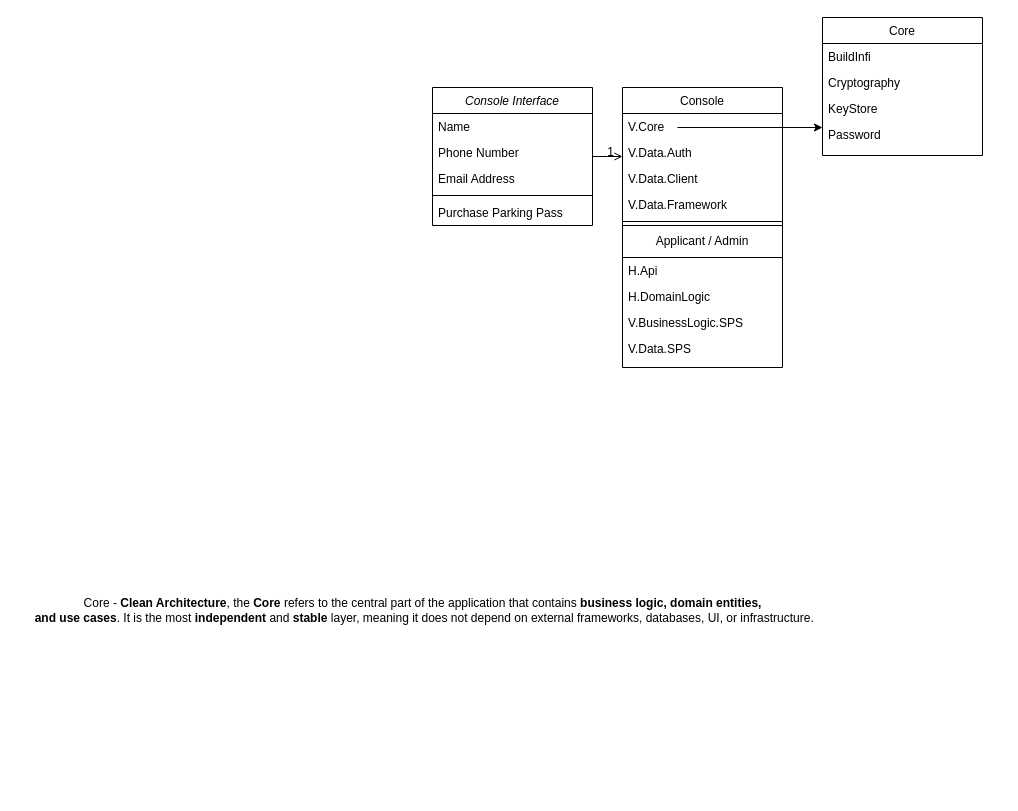
The draw.io diagram Untitled Diagram.drawio in LalgyThomas/GITPR, before the edit. Source tidied: cells renumbered, new cells numbered last; positions are measured from the earlier drawing's top-left corner, leaving out a move shared by most shapes. Both pictures are drawn from the tidied source at 100%, with x=0, y=0 at pixel (17, 17).
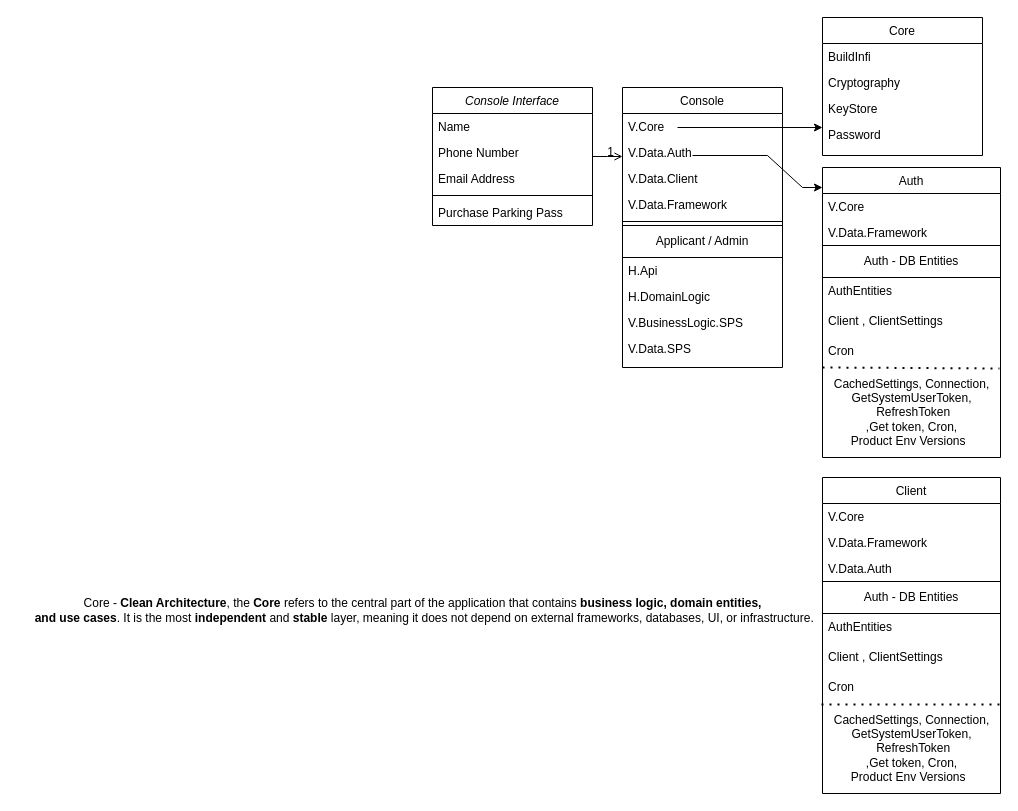
The same diagram, later.

The change refers to these unchanged cells:
```xml
<mxCell id="8" value="Core" style="swimlane;fontStyle=0;align=center;verticalAlign=top;horizontal=1;startSize=26;rounded=0;shadow=0;strokeWidth=1;" parent="1" vertex="1">
  <mxGeometry x="805" width="160" height="138" as="geometry" />
</mxCell>
```

The edit, as a diff of the source:
```diff
@@
+    <mxCell id="28" style="endArrow=classic;html=1;rounded=0;entryX=0;entryY=0.069;entryDx=0;entryDy=0;entryPerimeter=0;" parent="8" edge="1" target="29">
+      <mxGeometry relative="1" as="geometry">
+        <mxPoint x="-130" y="138" as="sourcePoint" />
+        <Array as="points">
+          <mxPoint x="-55" y="138" />
+          <mxPoint x="-20" y="170" />
+        </Array>
+      </mxGeometry>
+    </mxCell>
@@
+    <mxCell id="29" value="Auth" style="swimlane;fontStyle=0;align=center;verticalAlign=top;horizontal=1;startSize=26;rounded=0;shadow=0;strokeWidth=1;" parent="1" vertex="1">
+      <mxGeometry x="805" y="150" width="178" height="290" as="geometry" />
+    </mxCell>
+    <mxCell id="30" value="V.Core" style="text;align=left;verticalAlign=top;spacingLeft=4;spacingRight=4;overflow=hidden;" parent="29" vertex="1">
+      <mxGeometry y="26" width="178" height="26" as="geometry" />
+    </mxCell>
+    <mxCell id="31" value="V.Data.Framework" style="text;align=left;verticalAlign=top;spacingLeft=4;spacingRight=4;overflow=hidden;rounded=0;shadow=0;html=0;" parent="29" vertex="1">
+      <mxGeometry y="52" width="178" height="26" as="geometry" />
+    </mxCell>
+    <mxCell id="32" value="&lt;span style=&quot;text-wrap-mode: nowrap;&quot;&gt;Auth - DB Entities&lt;/span&gt;" style="rounded=0;whiteSpace=wrap;html=1;" parent="29" vertex="1">
+      <mxGeometry y="78" width="178" height="32" as="geometry" />
+    </mxCell>
+    <mxCell id="33" value="AuthEntities " style="text;align=left;verticalAlign=top;spacingLeft=4;spacingRight=4;overflow=hidden;rounded=0;shadow=0;html=0;" parent="29" vertex="1">
+      <mxGeometry y="110" width="178" height="30" as="geometry" />
+    </mxCell>
+    <mxCell id="34" value="Client , ClientSettings" style="text;align=left;verticalAlign=top;spacingLeft=4;spacingRight=4;overflow=hidden;rounded=0;shadow=0;html=0;" parent="29" vertex="1">
+      <mxGeometry y="140" width="178" height="30" as="geometry" />
+    </mxCell>
+    <mxCell id="35" value="Cron" style="text;align=left;verticalAlign=top;spacingLeft=4;spacingRight=4;overflow=hidden;points=[[0,0.5],[1,0.5]];portConstraint=eastwest;rounded=0;shadow=0;html=0;" parent="29" vertex="1">
+      <mxGeometry y="170" width="178" height="30" as="geometry" />
+    </mxCell>
+    <mxCell id="36" style="endArrow=none;dashed=1;html=1;dashPattern=1 3;strokeWidth=2;rounded=0;entryX=0.994;entryY=1.033;entryDx=0;entryDy=0;entryPerimeter=0;" parent="29" edge="1" target="35">
+      <mxGeometry relative="1" as="geometry">
+        <mxPoint y="200" as="sourcePoint" />
+      </mxGeometry>
+    </mxCell>
+    <mxCell id="37" value="CachedSettings, Connection,&lt;div&gt;GetSystemUserToken,&lt;/div&gt;&lt;div&gt;&amp;nbsp;RefreshToken&lt;/div&gt;&lt;div&gt;,Get token, Cron,&lt;/div&gt;&lt;div&gt;Product Env Versions&amp;nbsp;&amp;nbsp;&lt;/div&gt;" style="text;html=1;align=center;verticalAlign=middle;strokeColor=none;fillColor=none;" parent="29" vertex="1">
+      <mxGeometry y="200" width="178" height="90" as="geometry" />
+    </mxCell>
+    <mxCell id="38" value="Client" style="swimlane;fontStyle=0;align=center;verticalAlign=top;horizontal=1;startSize=26;rounded=0;shadow=0;strokeWidth=1;" parent="1" vertex="1">
+      <mxGeometry x="805" y="460" width="178" height="316" as="geometry" />
+    </mxCell>
+    <mxCell id="39" value="V.Core" style="text;align=left;verticalAlign=top;spacingLeft=4;spacingRight=4;overflow=hidden;" parent="38" vertex="1">
+      <mxGeometry y="26" width="178" height="26" as="geometry" />
+    </mxCell>
+    <mxCell id="40" value="V.Data.Framework" style="text;align=left;verticalAlign=top;spacingLeft=4;spacingRight=4;overflow=hidden;rounded=0;shadow=0;html=0;" parent="38" vertex="1">
+      <mxGeometry y="52" width="178" height="26" as="geometry" />
+    </mxCell>
+    <mxCell id="41" value="V.Data.Auth" style="text;align=left;verticalAlign=top;spacingLeft=4;spacingRight=4;overflow=hidden;rounded=0;shadow=0;html=0;" parent="38" vertex="1">
+      <mxGeometry y="78" width="178" height="26" as="geometry" />
+    </mxCell>
+    <mxCell id="42" value="&lt;span style=&quot;text-wrap-mode: nowrap;&quot;&gt;Auth - DB Entities&lt;/span&gt;" style="rounded=0;whiteSpace=wrap;html=1;" parent="38" vertex="1">
+      <mxGeometry y="104" width="178" height="32" as="geometry" />
+    </mxCell>
+    <mxCell id="43" value="AuthEntities " style="text;align=left;verticalAlign=top;spacingLeft=4;spacingRight=4;overflow=hidden;rounded=0;shadow=0;html=0;" parent="38" vertex="1">
+      <mxGeometry y="136" width="178" height="30" as="geometry" />
+    </mxCell>
+    <mxCell id="44" value="Client , ClientSettings" style="text;align=left;verticalAlign=top;spacingLeft=4;spacingRight=4;overflow=hidden;rounded=0;shadow=0;html=0;" parent="38" vertex="1">
+      <mxGeometry y="166" width="178" height="30" as="geometry" />
+    </mxCell>
+    <mxCell id="45" value="Cron" style="text;align=left;verticalAlign=top;spacingLeft=4;spacingRight=4;overflow=hidden;points=[[0,0.5],[1,0.5]];portConstraint=eastwest;rounded=0;shadow=0;html=0;" parent="38" vertex="1">
+      <mxGeometry y="196" width="178" height="30" as="geometry" />
+    </mxCell>
+    <mxCell id="46" style="endArrow=none;dashed=1;html=1;dashPattern=1 3;strokeWidth=2;rounded=0;entryX=0.994;entryY=1.033;entryDx=0;entryDy=0;entryPerimeter=0;" parent="38" edge="1" target="45">
+      <mxGeometry relative="1" as="geometry">
+        <mxPoint x="-1" y="227" as="sourcePoint" />
+      </mxGeometry>
+    </mxCell>
+    <mxCell id="47" value="CachedSettings, Connection,&lt;div&gt;GetSystemUserToken,&lt;/div&gt;&lt;div&gt;&amp;nbsp;RefreshToken&lt;/div&gt;&lt;div&gt;,Get token, Cron,&lt;/div&gt;&lt;div&gt;Product Env Versions&amp;nbsp;&amp;nbsp;&lt;/div&gt;" style="text;html=1;align=center;verticalAlign=middle;strokeColor=none;fillColor=none;" parent="38" vertex="1">
+      <mxGeometry y="226" width="178" height="90" as="geometry" />
+    </mxCell>
```
